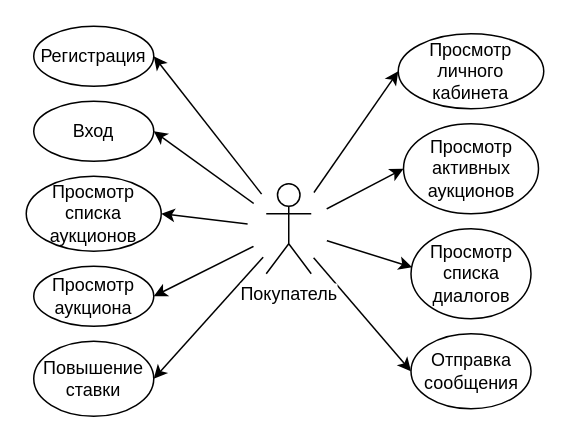
The draw.io diagram Diagrams/Use-Case/Buyer Use-Case Diagram.drawio in Fake-Make/Au, before the edit. Source tidied: cells renumbered, new cells numbered last; positions are measured from the earlier drawing's top-left corner, leaving out a move shared by most shapes. Both pictures are drawn from the tidied source at 150%, with x=0, y=0 at pixel (26, 26).
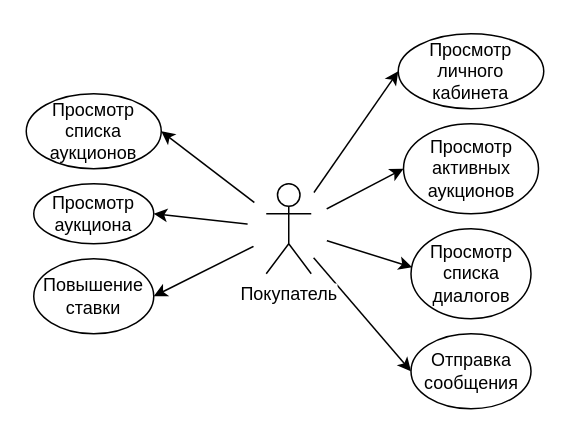
After the change.

Unchanged cells that the change refers to:
```xml
<mxCell id="21" value="Покупатель" style="shape=umlActor;verticalLabelPosition=bottom;labelBackgroundColor=#ffffff;verticalAlign=top;html=1;outlineConnect=0;" parent="1" vertex="1">
  <mxGeometry x="160" y="105" width="30" height="60" as="geometry" />
</mxCell>
```

Diff of the diagram source:
```diff
@@
-    <mxCell id="2" style="endArrow=classic;html=1;entryX=1;entryY=0.5;entryDx=0;entryDy=0;exitX=0.5;exitY=0.5;exitDx=0;exitDy=0;exitPerimeter=0;" parent="1" edge="1" source="21" target="16">
-      <mxGeometry relative="1" as="geometry" />
-    </mxCell>
-    <mxCell id="3" style="endArrow=classic;html=1;entryX=1;entryY=0.5;entryDx=0;entryDy=0;exitX=0.5;exitY=0.5;exitDx=0;exitDy=0;exitPerimeter=0;" parent="1" edge="1" source="21" target="15">
-      <mxGeometry relative="1" as="geometry" />
-    </mxCell>
@@
-    <mxCell id="15" value="Регистрация" style="ellipse;whiteSpace=wrap;html=1;" parent="1" vertex="1">
-      <mxGeometry x="5" width="80" height="40" as="geometry" />
-    </mxCell>
-    <mxCell id="16" value="Вход" style="ellipse;whiteSpace=wrap;html=1;" parent="1" vertex="1">
-      <mxGeometry x="5" y="50" width="80" height="40" as="geometry" />
-    </mxCell>
     <mxCell id="17" value="Просмотр списка&lt;br&gt;аукционов&lt;br&gt;" style="ellipse;whiteSpace=wrap;html=1;" parent="1" vertex="1">
-      <mxGeometry y="100" width="90" height="50" as="geometry" />
+      <mxGeometry y="45" width="90" height="50" as="geometry" />
     </mxCell>
     <mxCell id="18" value="Просмотр&lt;br&gt;аукциона" style="ellipse;whiteSpace=wrap;html=1;" parent="1" vertex="1">
-      <mxGeometry x="5" y="160" width="80" height="40" as="geometry" />
+      <mxGeometry x="5" y="105" width="80" height="40" as="geometry" />
     </mxCell>
     <mxCell id="19" value="Повышение&lt;br&gt;ставки" style="ellipse;whiteSpace=wrap;html=1;" parent="1" vertex="1">
-      <mxGeometry x="5" y="210" width="80" height="50" as="geometry" />
+      <mxGeometry x="5" y="155" width="80" height="50" as="geometry" />
     </mxCell>
```
